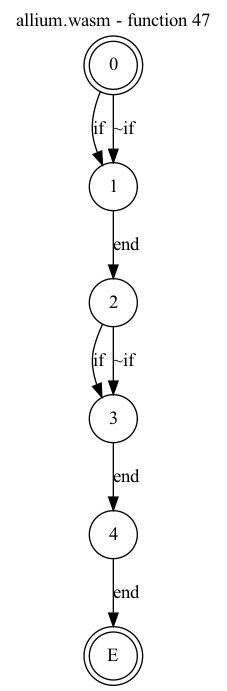
Above: test_cases/allium/funcs/allium-func47.png in jsCarleton/wanalyze (Graphviz), before the change. Its source is kept beside it as test_cases/allium/funcs/allium-func47.dot.
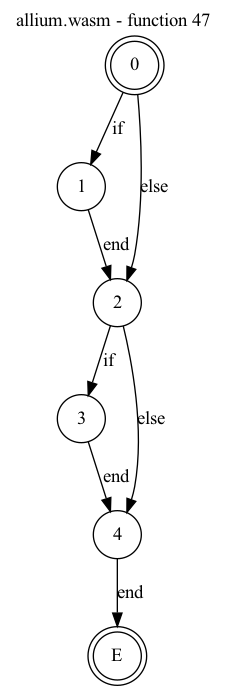
After the commit.

Change to the diagram source:
```diff
@@ -7,10 +7,10 @@
     node [shape = doublecircle]; 0 E ;
     node [shape = circle];
     0 -> 1[label="if"];
-    0 -> 1[label="~if"];
+    0 -> 2[label="else"];
     1 -> 2[label="end"];
     2 -> 3[label="if"];
-    2 -> 3[label="~if"];
+    2 -> 4[label="else"];
     3 -> 4[label="end"];
     4 -> E[label="end"];
 }
```
